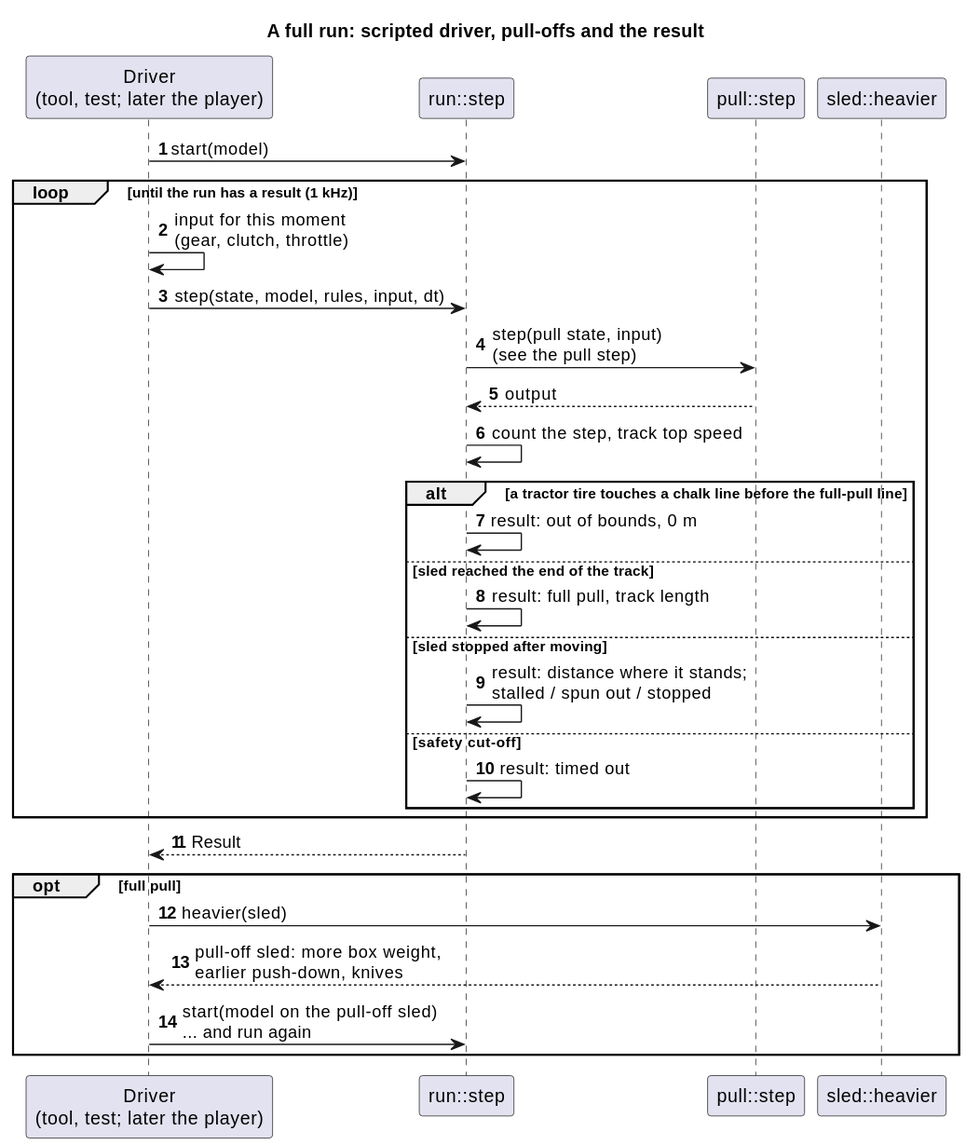
wversteeg/TractorPulling keeps this PlantUML diagram as docs/diagrams/svg/full_run_sequence.svg. Above is the earlier version.
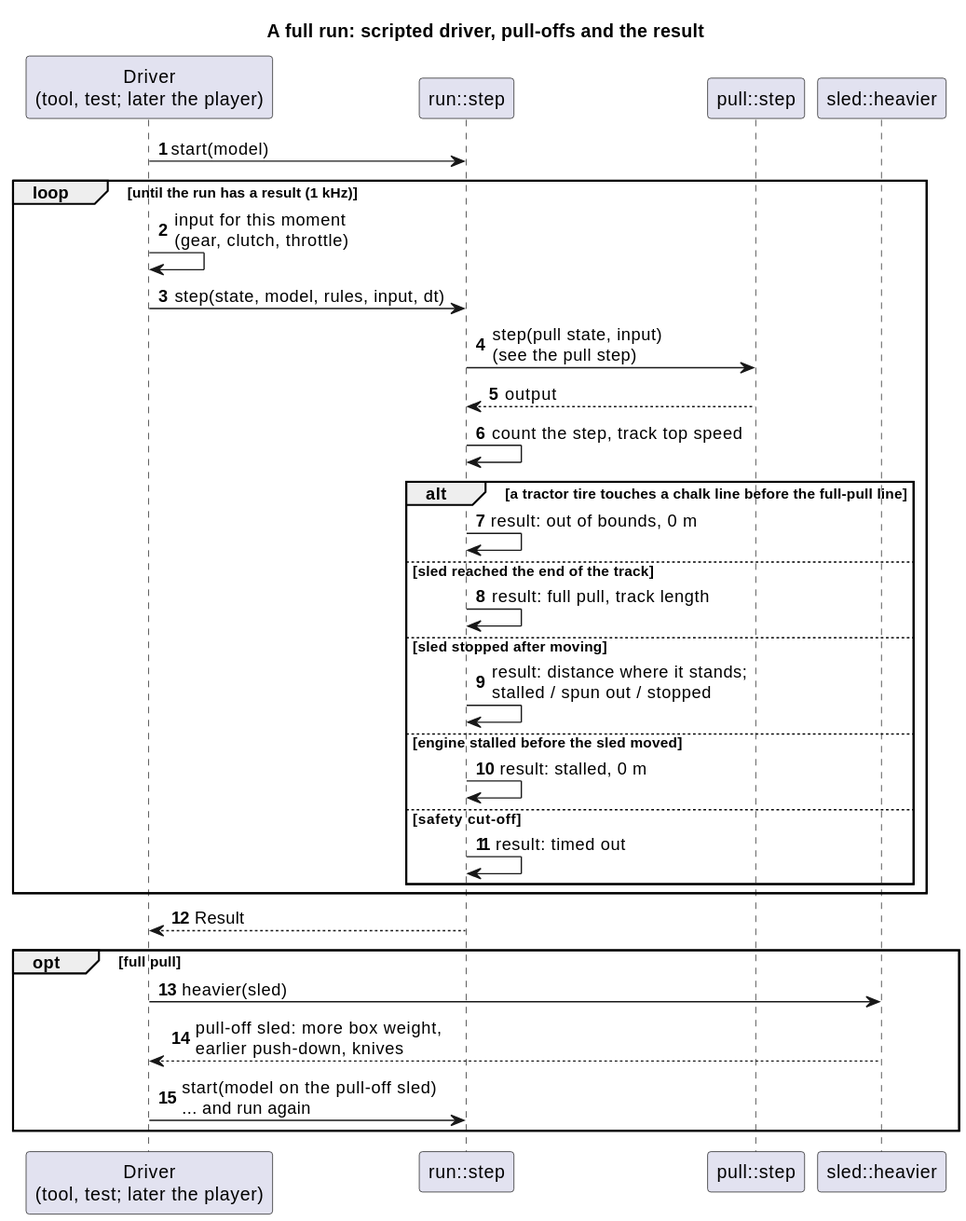
After the commit.

Commit message:
A stall before the sled moves ends the pull; HOLD from taking up the slack

Change to the diagram source:
```diff
@@ -19,6 +19,8 @@
     Run -> Run : result: full pull, track length
   else sled stopped after moving
     Run -> Run : result: distance where it stands;\nstalled / spun out / stopped
+  else engine stalled before the sled moved
+    Run -> Run : result: stalled, 0 m
   else safety cut-off
     Run -> Run : result: timed out
   end
```
